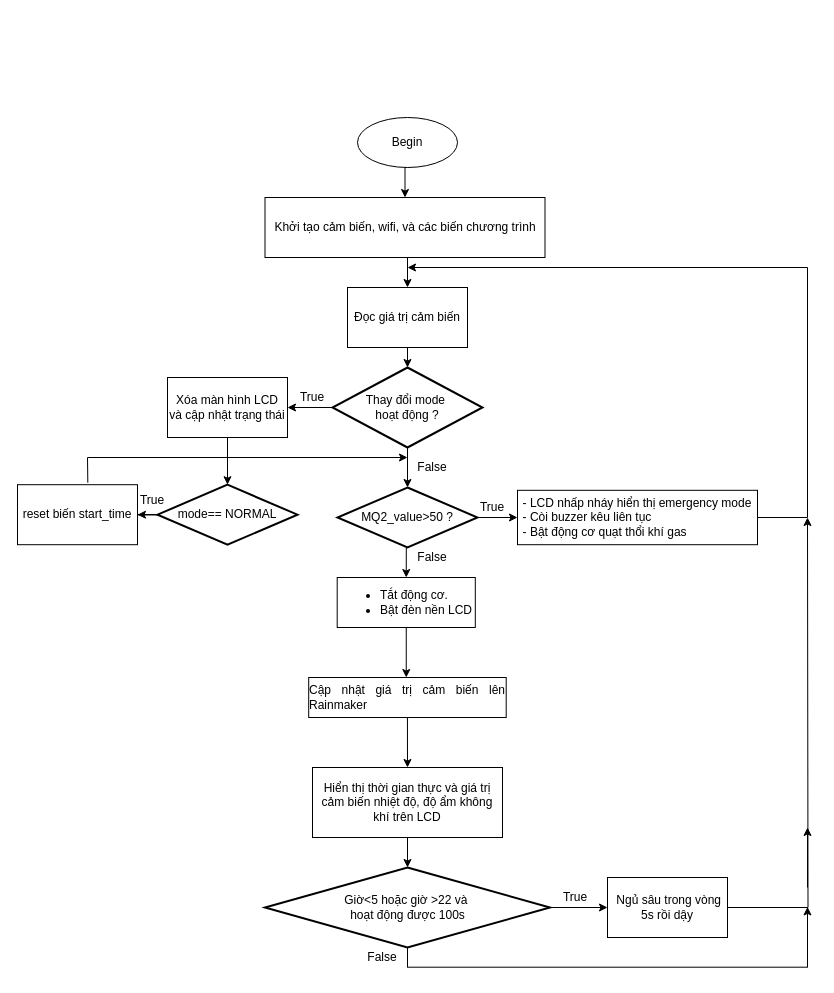
Before: page "home" (1 of 3) of home.drawio in 106210049/Smart-home, a draw.io diagram. Source tidied: cells renumbered, new cells numbered last; positions are measured from the earlier drawing's top-left corner, leaving out a move shared by most shapes. Both pictures are drawn from the tidied source at 100%, with x=0, y=0 at pixel (17, 117).
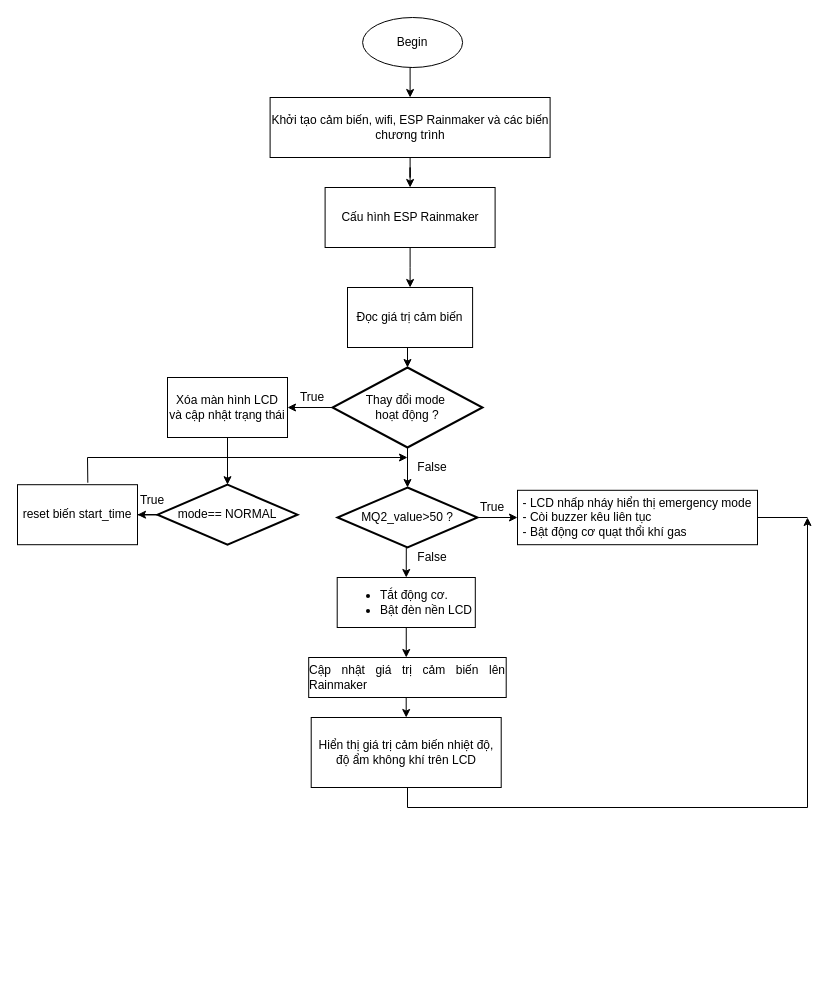
Above is the later version.

The edit, as a diff of the source:
```diff
@@
     <mxCell id="3" value="Begin" style="ellipse;whiteSpace=wrap;html=1;" parent="1" vertex="1">
-      <mxGeometry x="340" width="100" height="50" as="geometry" />
+      <mxGeometry x="345.1" y="-100" width="100" height="50" as="geometry" />
     </mxCell>
-    <mxCell id="4" style="edgeStyle=orthogonalEdgeStyle;rounded=0;jettySize=auto;html=1;exitX=0.5;exitY=1;exitDx=0;exitDy=0;entryX=0.5;entryY=0;entryDx=0;entryDy=0;" parent="1" edge="1" source="5" target="6">
-      <mxGeometry relative="1" as="geometry" />
-    </mxCell>
+    <mxCell id="46" style="edgeStyle=orthogonalEdgeStyle;rounded=0;jettySize=auto;html=1;" parent="1" edge="1" source="5" target="51">
+      <mxGeometry relative="1" as="geometry" />
+    </mxCell>
-    <mxCell id="5" value="Khởi tạo cảm biến, wifi, và các biến chương trình" style="rounded=0;whiteSpace=wrap;html=1;" parent="1" vertex="1">
-      <mxGeometry x="247.5" y="80" width="280" height="60" as="geometry" />
+    <mxCell id="5" value="Khởi tạo cảm biến, wifi, ESP Rainmaker và các biến chương trình" style="rounded=0;whiteSpace=wrap;html=1;" parent="1" vertex="1">
+      <mxGeometry x="252.6" y="-20" width="280" height="60" as="geometry" />
     </mxCell>
     <mxCell id="6" value="Đọc giá trị cảm biến" style="rounded=0;whiteSpace=wrap;html=1;" parent="1" vertex="1">
-      <mxGeometry x="330" y="170" width="120" height="60" as="geometry" />
+      <mxGeometry x="330" y="170" width="125.1" height="60" as="geometry" />
     </mxCell>
@@
     <mxCell id="27" value="&lt;div style=&quot;text-align: justify;&quot;&gt;&lt;span style=&quot;background-color: initial;&quot;&gt;Cập nhật giá trị cảm biến lên Rainmaker&lt;/span&gt;&lt;/div&gt;" style="rounded=0;whiteSpace=wrap;html=1;" parent="1" vertex="1">
-      <mxGeometry x="291.2" y="560" width="197.5" height="40" as="geometry" />
+      <mxGeometry x="291.2" y="540" width="197.5" height="40" as="geometry" />
     </mxCell>
-    <mxCell id="28" style="edgeStyle=orthogonalEdgeStyle;rounded=0;jettySize=auto;html=1;exitX=1;exitY=0.5;exitDx=0;exitDy=0;exitPerimeter=0;entryX=0;entryY=0.5;entryDx=0;entryDy=0;" parent="1" edge="1" source="29" target="31">
-      <mxGeometry relative="1" as="geometry" />
-    </mxCell>
-    <mxCell id="29" value="Giờ&amp;lt;5 hoặc giờ &amp;gt;22 và&amp;nbsp;&lt;div&gt;hoạt động được 100s&lt;/div&gt;" style="strokeWidth=2;html=1;shape=mxgraph.flowchart.decision;whiteSpace=wrap;" parent="1" vertex="1">
-      <mxGeometry x="247.5" y="750" width="285" height="80" as="geometry" />
-    </mxCell>
-    <mxCell id="30" style="edgeStyle=orthogonalEdgeStyle;rounded=0;jettySize=auto;html=1;exitX=1;exitY=0.5;exitDx=0;exitDy=0;" parent="1" edge="1" source="31">
-      <mxGeometry relative="1" as="geometry">
-        <mxPoint x="790" y="400" as="targetPoint" />
-      </mxGeometry>
-    </mxCell>
-    <mxCell id="31" value="&amp;nbsp;Ngủ sâu trong vòng 5s rồi dậy" style="rounded=0;whiteSpace=wrap;html=1;" parent="1" vertex="1">
-      <mxGeometry x="590" y="760" width="120" height="60" as="geometry" />
-    </mxCell>
@@
-    <mxCell id="33" style="endArrow=none;html=1;rounded=0;" parent="1" edge="1">
-      <mxGeometry relative="1" as="geometry">
-        <mxPoint x="790" y="400" as="sourcePoint" />
-        <mxPoint x="790" y="150" as="targetPoint" />
-      </mxGeometry>
-    </mxCell>
-    <mxCell id="34" style="endArrow=classic;html=1;rounded=0;" parent="1" edge="1">
-      <mxGeometry relative="1" as="geometry">
-        <mxPoint x="790" y="150" as="sourcePoint" />
-        <mxPoint x="390" y="150" as="targetPoint" />
-      </mxGeometry>
-    </mxCell>
@@
-    <mxCell id="37" style="endArrow=classic;html=1;rounded=0;" parent="1" edge="1">
-      <mxGeometry relative="1" as="geometry">
-        <mxPoint x="790" y="770" as="sourcePoint" />
-        <mxPoint x="790" y="710" as="targetPoint" />
-      </mxGeometry>
-    </mxCell>
-    <mxCell id="38" value="False" style="text;strokeColor=none;align=center;fillColor=none;html=1;verticalAlign=middle;whiteSpace=wrap;rounded=0;" parent="1" vertex="1">
-      <mxGeometry x="340" y="830" width="50" height="20" as="geometry" />
-    </mxCell>
-    <mxCell id="39" value="True" style="text;strokeColor=none;align=center;fillColor=none;html=1;verticalAlign=middle;whiteSpace=wrap;rounded=0;" parent="1" vertex="1">
-      <mxGeometry x="532.5" y="770" width="50" height="20" as="geometry" />
-    </mxCell>
-    <mxCell id="40" value="Hiển thị thời gian thực và giá trị cảm biến nhiệt độ, độ ẩm không khí trên LCD" style="rounded=0;whiteSpace=wrap;html=1;" parent="1" vertex="1">
-      <mxGeometry x="295" y="650" width="190" height="70" as="geometry" />
+    <mxCell id="40" value="Hiển thị giá trị cảm biến nhiệt độ, độ ẩm không khí trên LCD" style="rounded=0;whiteSpace=wrap;html=1;" parent="1" vertex="1">
+      <mxGeometry x="293.7" y="600" width="190" height="70" as="geometry" />
     </mxCell>
-    <mxCell id="41" style="edgeStyle=orthogonalEdgeStyle;rounded=0;jettySize=auto;html=1;exitX=0.5;exitY=1;exitDx=0;exitDy=0;entryX=0.5;entryY=0;entryDx=0;entryDy=0;entryPerimeter=0;" parent="1" edge="1" source="40" target="29">
-      <mxGeometry relative="1" as="geometry" />
-    </mxCell>
-    <mxCell id="42" style="endArrow=none;html=1;rounded=0;" parent="1" edge="1">
-      <mxGeometry relative="1" as="geometry">
-        <mxPoint x="390" y="850" as="sourcePoint" />
-        <mxPoint x="390" y="829.4" as="targetPoint" />
-      </mxGeometry>
-    </mxCell>
-    <mxCell id="43" style="endArrow=none;html=1;rounded=0;" parent="1" edge="1">
-      <mxGeometry relative="1" as="geometry">
-        <mxPoint x="390" y="849.7" as="sourcePoint" />
-        <mxPoint x="790" y="849.7" as="targetPoint" />
-      </mxGeometry>
-    </mxCell>
-    <mxCell id="44" style="endArrow=classic;html=1;rounded=0;" parent="1" edge="1">
-      <mxGeometry relative="1" as="geometry">
-        <mxPoint x="790" y="850" as="sourcePoint" />
-        <mxPoint x="790" y="789.4" as="targetPoint" />
-      </mxGeometry>
-    </mxCell>
@@
+    <mxCell id="47" style="endArrow=none;html=1;rounded=0;" parent="1" edge="1">
+      <mxGeometry relative="1" as="geometry">
+        <mxPoint x="390" y="690" as="sourcePoint" />
+        <mxPoint x="390" y="670" as="targetPoint" />
+      </mxGeometry>
+    </mxCell>
+    <mxCell id="48" style="endArrow=none;html=1;rounded=0;" parent="1" edge="1">
+      <mxGeometry relative="1" as="geometry">
+        <mxPoint x="390" y="690" as="sourcePoint" />
+        <mxPoint x="790" y="690" as="targetPoint" />
+      </mxGeometry>
+    </mxCell>
+    <mxCell id="49" style="endArrow=classic;html=1;rounded=0;" parent="1" edge="1">
+      <mxGeometry relative="1" as="geometry">
+        <mxPoint x="790" y="690" as="sourcePoint" />
+        <mxPoint x="790" y="400" as="targetPoint" />
+      </mxGeometry>
+    </mxCell>
+    <mxCell id="50" style="edgeStyle=orthogonalEdgeStyle;rounded=0;jettySize=auto;html=1;" parent="1" edge="1" source="51" target="6">
+      <mxGeometry relative="1" as="geometry" />
+    </mxCell>
+    <mxCell id="51" value="Cấu hình ESP Rainmaker" style="rounded=0;whiteSpace=wrap;html=1;" parent="1" vertex="1">
+      <mxGeometry x="307.6" y="70" width="170" height="60" as="geometry" />
+    </mxCell>
```
